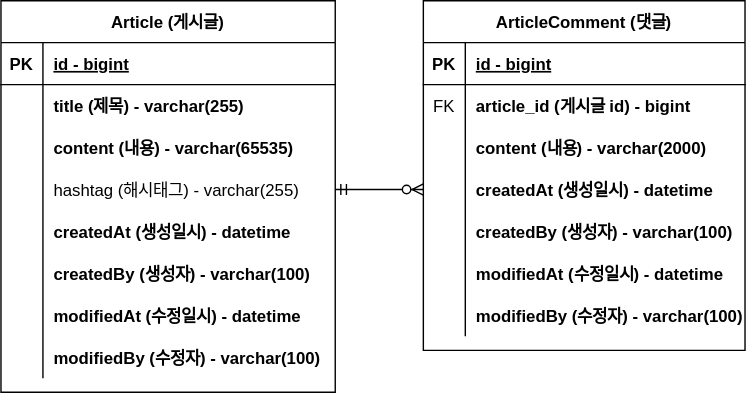
Earlier version of the draw.io export project-board-erd.svg (kparkjun/second_board_project). Source tidied: cells renumbered, new cells last; positions are measured from the earlier drawing's top-left corner, leaving out a move shared by most shapes.
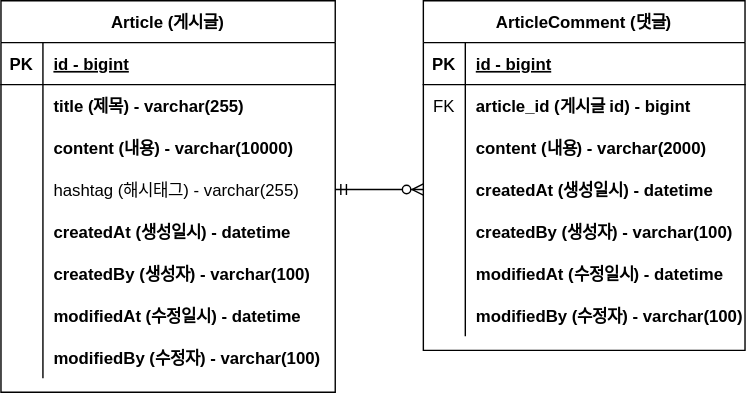
Later version of the same file.

Change to the diagram source:
```diff
@@ -29,7 +29,7 @@
     <mxCell id="10" style="shape=partialRectangle;overflow=hidden;fillColor=none;top=0;left=0;bottom=0;right=0;" parent="9" vertex="1">
       <mxGeometry width="30" height="30" as="geometry" />
     </mxCell>
-    <mxCell id="11" value="content (내용) - varchar(65535)" style="shape=partialRectangle;overflow=hidden;fillColor=none;top=0;left=0;bottom=0;right=0;align=left;spacingLeft=6;fontStyle=1;" parent="9" vertex="1">
+    <mxCell id="11" value="content (내용) - varchar(10000)" style="shape=partialRectangle;overflow=hidden;fillColor=none;top=0;left=0;bottom=0;right=0;align=left;spacingLeft=6;fontStyle=1;" parent="9" vertex="1">
       <mxGeometry x="30" width="209" height="30" as="geometry" />
     </mxCell>
     <mxCell id="12" style="shape=partialRectangle;fillColor=none;points=[[0,0.5],[1,0.5]];portConstraint=eastwest;top=0;left=0;right=0;bottom=0;" parent="2" vertex="1">
```
